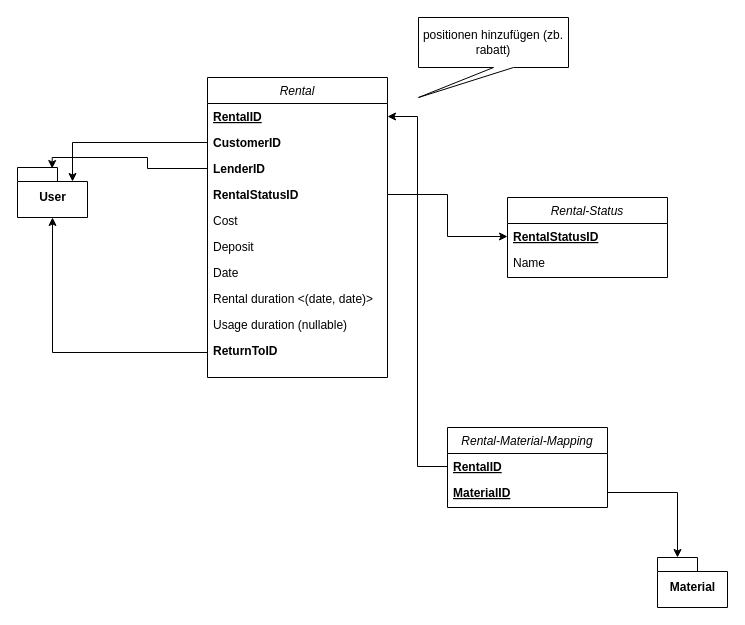
Before: page "Rental Modul" (5 of 5) of docs/entity-relationship.drawio in jneuendorf/material-manager, a draw.io diagram. Source tidied: cells renumbered, new cells numbered last; positions are measured from the earlier drawing's top-left corner, leaving out a move shared by most shapes. Both pictures are drawn from the tidied source at 100%, with x=0, y=0 at pixel (17, 17).
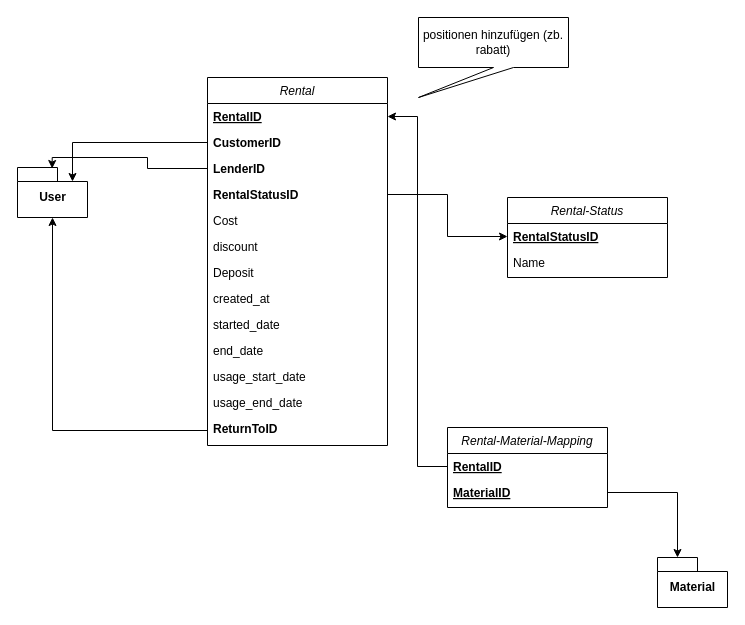
Above is the later version.

The edit, as a diff of the source:
```diff
@@
     <mxCell id="2" value="Rental" style="swimlane;fontStyle=2;align=center;verticalAlign=top;horizontal=1;startSize=26;rounded=0;shadow=0;strokeWidth=1;" parent="1" vertex="1">
-      <mxGeometry x="190" y="60" width="180" height="300" as="geometry" />
+      <mxGeometry x="190" y="60" width="180" height="368" as="geometry" />
     </mxCell>
@@
+    <mxCell id="28" value="discount" style="text;align=left;verticalAlign=top;spacingLeft=4;spacingRight=4;overflow=hidden;rounded=0;shadow=0;html=0;" parent="2" vertex="1">
+      <mxGeometry y="156" width="180" height="26" as="geometry" />
+    </mxCell>
     <mxCell id="8" value="Deposit" style="text;align=left;verticalAlign=top;spacingLeft=4;spacingRight=4;overflow=hidden;rounded=0;shadow=0;html=0;" parent="2" vertex="1">
-      <mxGeometry y="156" width="180" height="26" as="geometry" />
+      <mxGeometry y="182" width="180" height="26" as="geometry" />
     </mxCell>
-    <mxCell id="9" value="Date" style="text;align=left;verticalAlign=top;spacingLeft=4;spacingRight=4;overflow=hidden;rounded=0;shadow=0;html=0;" parent="2" vertex="1">
-      <mxGeometry y="182" width="180" height="26" as="geometry" />
+    <mxCell id="9" value="created_at" style="text;align=left;verticalAlign=top;spacingLeft=4;spacingRight=4;overflow=hidden;rounded=0;shadow=0;html=0;" parent="2" vertex="1">
+      <mxGeometry y="208" width="180" height="26" as="geometry" />
     </mxCell>
+    <mxCell id="29" value="started_date" style="text;align=left;verticalAlign=top;spacingLeft=4;spacingRight=4;overflow=hidden;rounded=0;shadow=0;html=0;" parent="2" vertex="1">
+      <mxGeometry y="234" width="180" height="26" as="geometry" />
+    </mxCell>
+    <mxCell id="30" value="end_date" style="text;align=left;verticalAlign=top;spacingLeft=4;spacingRight=4;overflow=hidden;rounded=0;shadow=0;html=0;" parent="2" vertex="1">
+      <mxGeometry y="260" width="180" height="26" as="geometry" />
+    </mxCell>
-    <mxCell id="10" value="Rental duration &lt;(date, date)&gt;" style="text;align=left;verticalAlign=top;spacingLeft=4;spacingRight=4;overflow=hidden;rounded=0;shadow=0;html=0;" parent="2" vertex="1">
-      <mxGeometry y="208" width="180" height="26" as="geometry" />
+    <mxCell id="10" value="usage_start_date" style="text;align=left;verticalAlign=top;spacingLeft=4;spacingRight=4;overflow=hidden;rounded=0;shadow=0;html=0;" parent="2" vertex="1">
+      <mxGeometry y="286" width="180" height="26" as="geometry" />
     </mxCell>
-    <mxCell id="11" value="Usage duration (nullable)" style="text;align=left;verticalAlign=top;spacingLeft=4;spacingRight=4;overflow=hidden;rounded=0;shadow=0;html=0;" parent="2" vertex="1">
-      <mxGeometry y="234" width="180" height="26" as="geometry" />
-    </mxCell>
+    <mxCell id="31" value="usage_end_date" style="text;align=left;verticalAlign=top;spacingLeft=4;spacingRight=4;overflow=hidden;rounded=0;shadow=0;html=0;" parent="2" vertex="1">
+      <mxGeometry y="312" width="180" height="26" as="geometry" />
+    </mxCell>
     <mxCell id="12" value="ReturnToID" style="text;align=left;verticalAlign=top;spacingLeft=4;spacingRight=4;overflow=hidden;points=[[0,0.5],[1,0.5]];portConstraint=eastwest;rounded=0;shadow=0;html=0;fontStyle=1;" parent="2" vertex="1">
-      <mxGeometry y="260" width="180" height="30" as="geometry" />
+      <mxGeometry y="338" width="180" height="30" as="geometry" />
     </mxCell>
```
